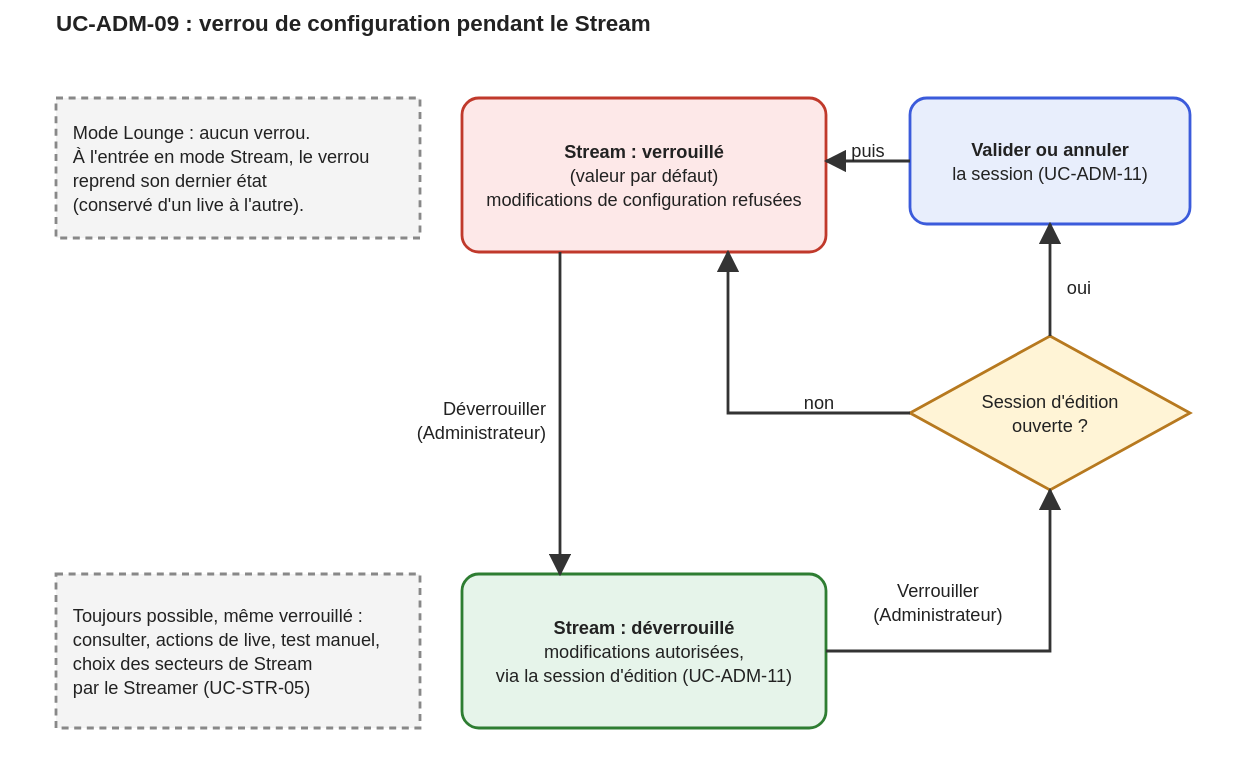
Has-san/Starlight keeps this draw.io diagram as docs/01-besoin/cas-d-usage/UC-ADM-09.drawio.svg. Above is the earlier version. Source tidied: cells renumbered, new cells last; positions are measured from the earlier drawing's top-left corner, leaving out a move shared by most shapes. Its diagram source:
```xml
<mxGraphModel>
  <root>
    <mxCell id="0" />
    <mxCell id="1" parent="0" />
    <mxCell id="2" value="Mode Lounge : aucun verrou.&lt;br&gt;À l'entrée en mode Stream, le verrou&lt;br&gt;reprend son dernier état&lt;br&gt;(conservé d'un live à l'autre)." style="rounded=0;dashed=1;align=left;spacingLeft=8;whiteSpace=wrap;html=1;fillColor=#f4f4f4;strokeColor=#888888;strokeWidth=2;fontSize=13;" parent="1" vertex="1">
      <mxGeometry width="260" height="100" as="geometry" />
    </mxCell>
    <mxCell id="3" value="Stream : verrouillé&lt;br&gt;(valeur par défaut)&lt;br&gt;modifications de configuration refusées" style="rounded=1;whiteSpace=wrap;html=1;fillColor=#fde8e8;strokeColor=#c0392b;strokeWidth=2;fontSize=13;" parent="1" vertex="1">
      <mxGeometry x="290" width="260" height="110" as="geometry" />
    </mxCell>
    <mxCell id="4" value="Stream : déverrouillé&lt;br&gt;modifications autorisées,&lt;br&gt;via la session d'édition (UC-ADM-11)" style="rounded=1;whiteSpace=wrap;html=1;fillColor=#e6f4ea;strokeColor=#2e7d32;strokeWidth=2;fontSize=13;" parent="1" vertex="1">
      <mxGeometry x="290" y="340" width="260" height="110" as="geometry" />
    </mxCell>
    <mxCell id="5" value="Session d'édition&lt;br&gt;ouverte ?" style="rhombus;whiteSpace=wrap;html=1;fillColor=#fff4d6;strokeColor=#b7791f;strokeWidth=2;fontSize=13;" parent="1" vertex="1">
      <mxGeometry x="610" y="170" width="200" height="110" as="geometry" />
    </mxCell>
    <mxCell id="6" value="Valider ou annuler&lt;br&gt;la session (UC-ADM-11)" style="rounded=1;whiteSpace=wrap;html=1;fillColor=#e8eefc;strokeColor=#3b5bdb;strokeWidth=2;fontSize=13;" parent="1" vertex="1">
      <mxGeometry x="610" width="200" height="90" as="geometry" />
    </mxCell>
    <mxCell id="7" value="Toujours possible, même verrouillé :&lt;br&gt;consulter, actions de live, test manuel,&lt;br&gt;choix des secteurs de Stream&lt;br&gt;par le Streamer (UC-STR-05)" style="rounded=0;dashed=1;align=left;spacingLeft=8;whiteSpace=wrap;html=1;fillColor=#f4f4f4;strokeColor=#888888;strokeWidth=2;fontSize=13;" parent="1" vertex="1">
      <mxGeometry y="340" width="260" height="110" as="geometry" />
    </mxCell>
    <mxCell id="8" value="Déverrouiller&lt;br&gt;(Administrateur)" style="edgeStyle=none;html=1;endArrow=block;strokeWidth=2;fontSize=13;labelBackgroundColor=#ffffff;" parent="1" edge="1" source="3" target="4">
      <mxGeometry relative="1" as="geometry" />
    </mxCell>
    <mxCell id="9" value="Verrouiller&lt;br&gt;(Administrateur)" style="edgeStyle=none;html=1;endArrow=block;strokeWidth=2;fontSize=13;labelBackgroundColor=#ffffff;" parent="1" edge="1" source="4" target="5">
      <mxGeometry relative="1" as="geometry">
        <Array as="points">
          <mxPoint x="710" y="395" />
        </Array>
      </mxGeometry>
    </mxCell>
    <mxCell id="10" value="non" style="edgeStyle=none;html=1;endArrow=block;strokeWidth=2;fontSize=13;labelBackgroundColor=#ffffff;" parent="1" edge="1" source="5" target="3">
      <mxGeometry relative="1" as="geometry">
        <Array as="points">
          <mxPoint x="480" y="225" />
        </Array>
      </mxGeometry>
    </mxCell>
    <mxCell id="11" value="oui" style="edgeStyle=none;html=1;endArrow=block;strokeWidth=2;fontSize=13;labelBackgroundColor=#ffffff;" parent="1" edge="1" source="5" target="6">
      <mxGeometry relative="1" as="geometry" />
    </mxCell>
    <mxCell id="12" value="puis" style="edgeStyle=none;html=1;endArrow=block;strokeWidth=2;fontSize=13;labelBackgroundColor=#ffffff;" parent="1" edge="1" source="6" target="3">
      <mxGeometry relative="1" as="geometry" />
    </mxCell>
  </root>
</mxGraphModel>
```
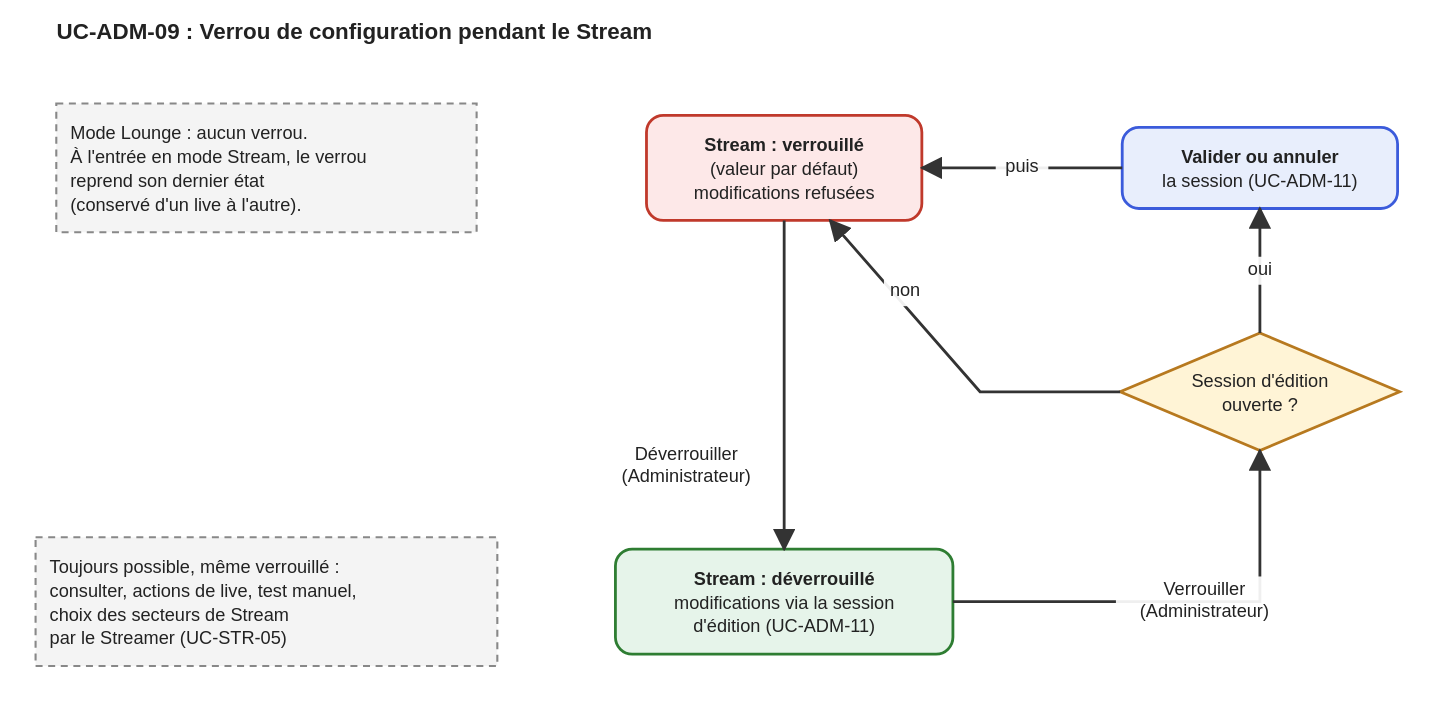
After the change.

Diff of the diagram source:
```diff
@@ -2,45 +2,49 @@
   <root>
     <mxCell id="0" />
     <mxCell id="1" parent="0" />
+    <mxCell id="13" value="Mode Lounge : aucun verrou.&lt;br&gt;À l'entrée en mode Stream, le verrou&lt;br&gt;reprend son dernier état&lt;br&gt;(conservé d'un live à l'autre)." style="rounded=0;dashed=1;align=left;spacingLeft=8;whiteSpace=wrap;html=1;fillColor=#f4f4f4;strokeColor=#888888;strokeWidth=2;fontSize=13;" parent="1" vertex="1">
+      <mxGeometry x="-0.2" y="4" width="300.4" height="92" as="geometry" />
+    </mxCell>
-    <mxCell id="2" value="Mode Lounge : aucun verrou.&lt;br&gt;À l'entrée en mode Stream, le verrou&lt;br&gt;reprend son dernier état&lt;br&gt;(conservé d'un live à l'autre)." style="rounded=0;dashed=1;align=left;spacingLeft=8;whiteSpace=wrap;html=1;fillColor=#f4f4f4;strokeColor=#888888;strokeWidth=2;fontSize=13;" parent="1" vertex="1">
-      <mxGeometry width="260" height="100" as="geometry" />
+    <mxCell id="2" value="Stream : verrouillé&lt;br&gt;(valeur par défaut)&lt;br&gt;modifications refusées" style="rounded=1;whiteSpace=wrap;html=1;fillColor=#fde8e8;strokeColor=#c0392b;strokeWidth=2;fontSize=13;" parent="1" vertex="1">
+      <mxGeometry x="421.6" y="12.5" width="196.8" height="75" as="geometry" />
     </mxCell>
-    <mxCell id="3" value="Stream : verrouillé&lt;br&gt;(valeur par défaut)&lt;br&gt;modifications de configuration refusées" style="rounded=1;whiteSpace=wrap;html=1;fillColor=#fde8e8;strokeColor=#c0392b;strokeWidth=2;fontSize=13;" parent="1" vertex="1">
-      <mxGeometry x="290" width="260" height="110" as="geometry" />
+    <mxCell id="3" value="Stream : déverrouillé&lt;br&gt;modifications via la session&lt;br&gt;d'édition (UC-ADM-11)" style="rounded=1;whiteSpace=wrap;html=1;fillColor=#e6f4ea;strokeColor=#2e7d32;strokeWidth=2;fontSize=13;" parent="1" vertex="1">
+      <mxGeometry x="399.4" y="322.5" width="241.2" height="75" as="geometry" />
     </mxCell>
-    <mxCell id="4" value="Stream : déverrouillé&lt;br&gt;modifications autorisées,&lt;br&gt;via la session d'édition (UC-ADM-11)" style="rounded=1;whiteSpace=wrap;html=1;fillColor=#e6f4ea;strokeColor=#2e7d32;strokeWidth=2;fontSize=13;" parent="1" vertex="1">
-      <mxGeometry x="290" y="340" width="260" height="110" as="geometry" />
+    <mxCell id="4" value="Session d'édition&lt;br&gt;ouverte ?" style="rhombus;whiteSpace=wrap;html=1;fillColor=#fff4d6;strokeColor=#b7791f;strokeWidth=2;fontSize=13;" parent="1" vertex="1">
+      <mxGeometry x="760.1" y="168" width="199.8" height="84" as="geometry" />
     </mxCell>
-    <mxCell id="5" value="Session d'édition&lt;br&gt;ouverte ?" style="rhombus;whiteSpace=wrap;html=1;fillColor=#fff4d6;strokeColor=#b7791f;strokeWidth=2;fontSize=13;" parent="1" vertex="1">
-      <mxGeometry x="610" y="170" width="200" height="110" as="geometry" />
+    <mxCell id="5" value="Valider ou annuler&lt;br&gt;la session (UC-ADM-11)" style="rounded=1;whiteSpace=wrap;html=1;fillColor=#e8eefc;strokeColor=#3b5bdb;strokeWidth=2;fontSize=13;" parent="1" vertex="1">
+      <mxGeometry x="761.6" y="21" width="196.8" height="58" as="geometry" />
     </mxCell>
-    <mxCell id="6" value="Valider ou annuler&lt;br&gt;la session (UC-ADM-11)" style="rounded=1;whiteSpace=wrap;html=1;fillColor=#e8eefc;strokeColor=#3b5bdb;strokeWidth=2;fontSize=13;" parent="1" vertex="1">
-      <mxGeometry x="610" width="200" height="90" as="geometry" />
+    <mxCell id="6" value="Toujours possible, même verrouillé :&lt;br&gt;consulter, actions de live, test manuel,&lt;br&gt;choix des secteurs de Stream&lt;br&gt;par le Streamer (UC-STR-05)" style="rounded=0;dashed=1;align=left;spacingLeft=8;whiteSpace=wrap;html=1;fillColor=#f4f4f4;strokeColor=#888888;strokeWidth=2;fontSize=13;" parent="1" vertex="1">
+      <mxGeometry x="-15" y="314" width="330" height="92" as="geometry" />
     </mxCell>
-    <mxCell id="7" value="Toujours possible, même verrouillé :&lt;br&gt;consulter, actions de live, test manuel,&lt;br&gt;choix des secteurs de Stream&lt;br&gt;par le Streamer (UC-STR-05)" style="rounded=0;dashed=1;align=left;spacingLeft=8;whiteSpace=wrap;html=1;fillColor=#f4f4f4;strokeColor=#888888;strokeWidth=2;fontSize=13;" parent="1" vertex="1">
-      <mxGeometry y="340" width="260" height="110" as="geometry" />
-    </mxCell>
-    <mxCell id="8" value="Déverrouiller&lt;br&gt;(Administrateur)" style="edgeStyle=none;html=1;endArrow=block;strokeWidth=2;fontSize=13;labelBackgroundColor=#ffffff;" parent="1" edge="1" source="3" target="4">
-      <mxGeometry relative="1" as="geometry" />
+    <mxCell id="8" value="Déverrouiller&lt;br&gt;(Administrateur)" style="edgeStyle=none;html=1;endArrow=block;strokeWidth=2;fontSize=13;labelBackgroundColor=#ffffff;" parent="1" edge="1" source="2" target="3">
+      <mxGeometry relative="1" as="geometry">
+        <Array as="points">
+          <mxPoint x="520" y="205" />
+        </Array>
+      </mxGeometry>
     </mxCell>
-    <mxCell id="9" value="Verrouiller&lt;br&gt;(Administrateur)" style="edgeStyle=none;html=1;endArrow=block;strokeWidth=2;fontSize=13;labelBackgroundColor=#ffffff;" parent="1" edge="1" source="4" target="5">
+    <mxCell id="9" value="Verrouiller&lt;br&gt;(Administrateur)" style="edgeStyle=none;html=1;endArrow=block;strokeWidth=2;fontSize=13;labelBackgroundColor=#ffffff;" parent="1" edge="1" source="3" target="4">
       <mxGeometry relative="1" as="geometry">
         <Array as="points">
-          <mxPoint x="710" y="395" />
+          <mxPoint x="860" y="360" />
         </Array>
       </mxGeometry>
     </mxCell>
-    <mxCell id="10" value="non" style="edgeStyle=none;html=1;endArrow=block;strokeWidth=2;fontSize=13;labelBackgroundColor=#ffffff;" parent="1" edge="1" source="5" target="3">
+    <mxCell id="10" value="non" style="edgeStyle=none;html=1;endArrow=block;strokeWidth=2;fontSize=13;labelBackgroundColor=#ffffff;" parent="1" edge="1" source="4" target="2">
       <mxGeometry relative="1" as="geometry">
         <Array as="points">
-          <mxPoint x="480" y="225" />
+          <mxPoint x="660" y="210" />
         </Array>
       </mxGeometry>
     </mxCell>
-    <mxCell id="11" value="oui" style="edgeStyle=none;html=1;endArrow=block;strokeWidth=2;fontSize=13;labelBackgroundColor=#ffffff;" parent="1" edge="1" source="5" target="6">
+    <mxCell id="11" value="oui" style="edgeStyle=none;html=1;endArrow=block;strokeWidth=2;fontSize=13;labelBackgroundColor=#ffffff;" parent="1" edge="1" source="4" target="5">
       <mxGeometry relative="1" as="geometry" />
     </mxCell>
-    <mxCell id="12" value="puis" style="edgeStyle=none;html=1;endArrow=block;strokeWidth=2;fontSize=13;labelBackgroundColor=#ffffff;" parent="1" edge="1" source="6" target="3">
+    <mxCell id="12" value="puis" style="edgeStyle=none;html=1;endArrow=block;strokeWidth=2;fontSize=13;labelBackgroundColor=#ffffff;" parent="1" edge="1" source="5" target="2">
       <mxGeometry relative="1" as="geometry" />
     </mxCell>
   </root>
```
